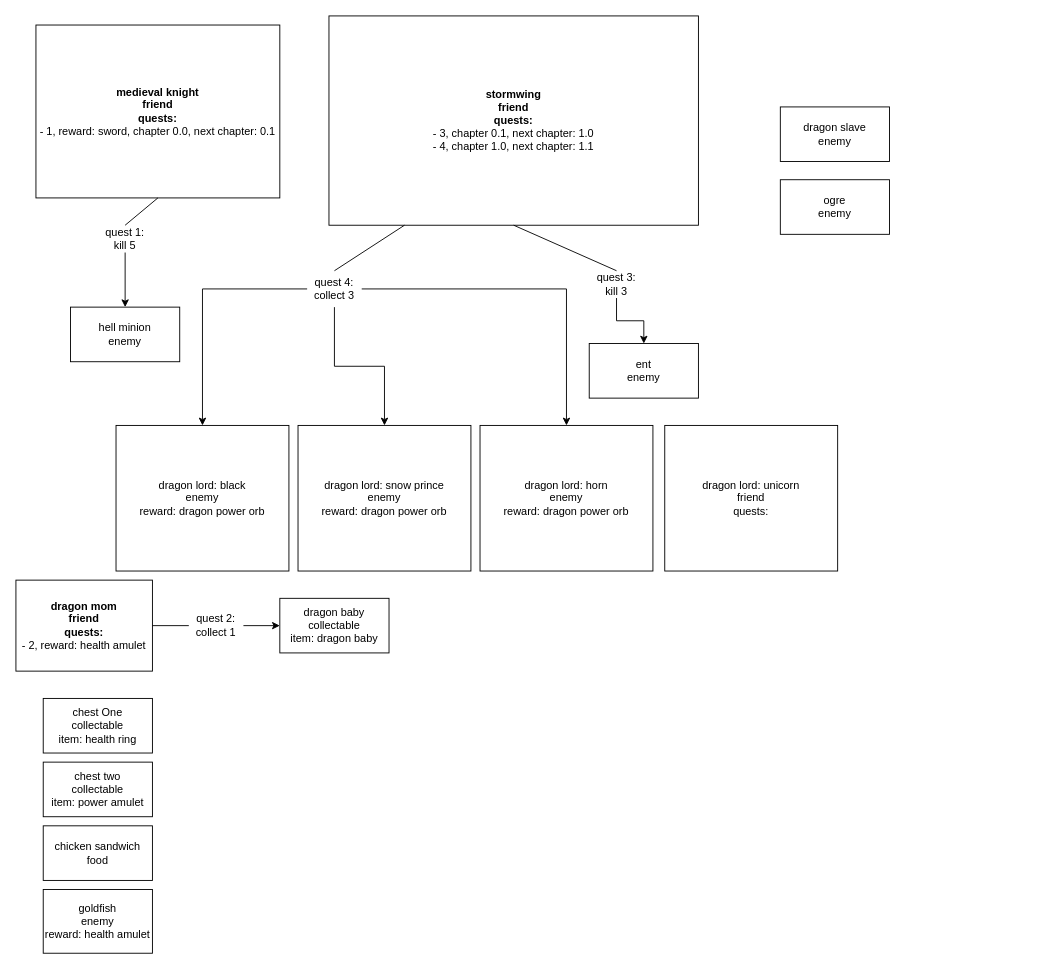
The draw.io diagram models.drawio in Juhi22/ArAdventure, before the edit. Source tidied: cells renumbered, new cells numbered last; positions are measured from the earlier drawing's top-left corner, leaving out a move shared by most shapes. Both pictures are drawn from the tidied source at 91%, with x=0, y=0 at pixel (15, 15).
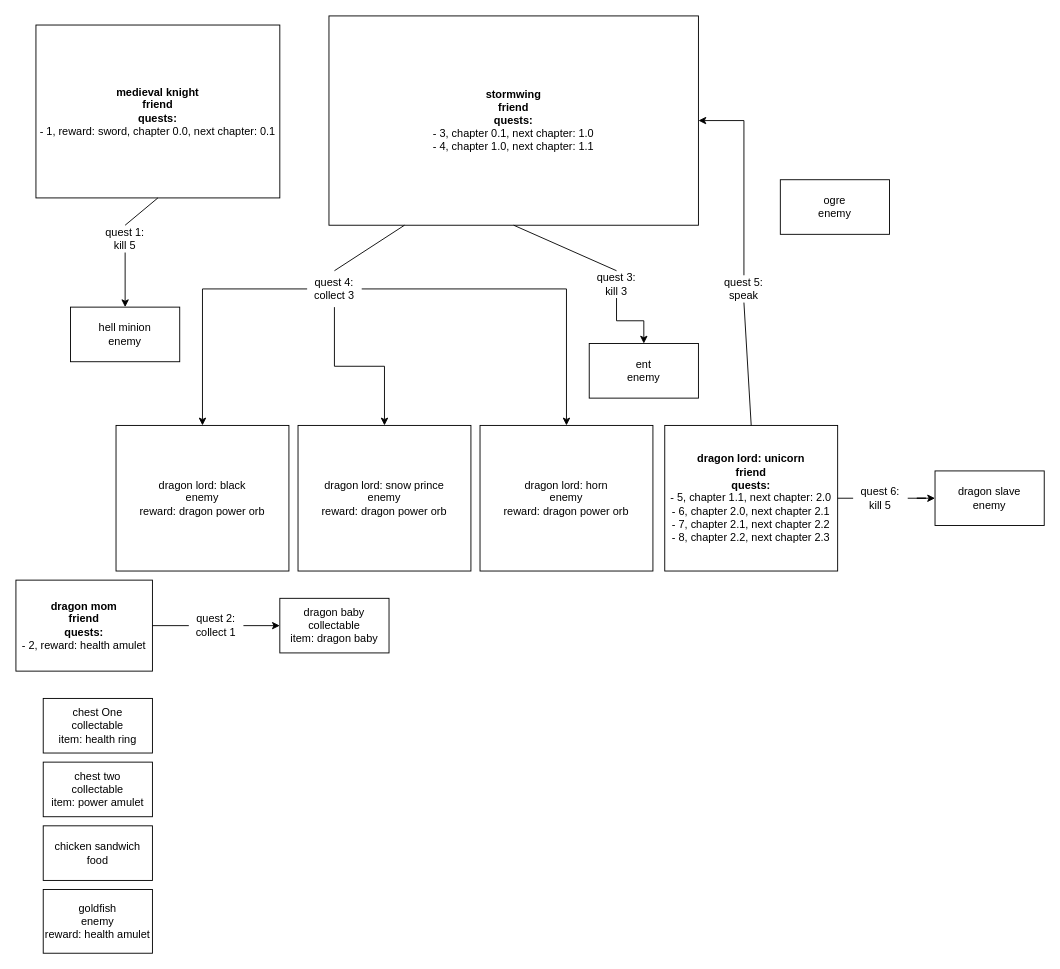
The same diagram, later.

Commit message (it also covers changes not shown here):
Fix quest/item save in game manager, add new scripts to unicorn and stromwing

The change refers to these unchanged cells:
```xml
<mxCell id="3" value="&lt;b&gt;stormwing&lt;/b&gt;&lt;div&gt;&lt;b&gt;friend&lt;/b&gt;&lt;/div&gt;&lt;div&gt;&lt;b&gt;quests:&lt;/b&gt;&lt;/div&gt;&lt;div&gt;- 3, chapter 0.1, next chapter: 1.0&lt;/div&gt;&lt;div&gt;- 4, chapter 1.0, next chapter: 1.1&lt;/div&gt;" style="rounded=0;whiteSpace=wrap;html=1;" parent="1" vertex="1">
  <mxGeometry x="344" width="406" height="230" as="geometry" />
</mxCell>
```

Change to the diagram source:
```diff
@@
+    <mxCell id="32" style="edgeStyle=orthogonalEdgeStyle;rounded=0;jettySize=auto;html=1;entryX=1;entryY=0.5;entryDx=0;entryDy=0;exitX=0.5;exitY=0;exitDx=0;exitDy=0;" parent="1" edge="1" source="33" target="3">
+      <mxGeometry relative="1" as="geometry" />
+    </mxCell>
-    <mxCell id="9" value="dragon lord: unicorn&lt;div&gt;friend&lt;/div&gt;&lt;div&gt;quests:&lt;/div&gt;" style="rounded=0;whiteSpace=wrap;html=1;" parent="1" vertex="1">
+    <mxCell id="9" value="&lt;b&gt;dragon lord: unicorn&lt;/b&gt;&lt;div&gt;&lt;b&gt;friend&lt;/b&gt;&lt;/div&gt;&lt;div&gt;&lt;b&gt;quests:&lt;/b&gt;&lt;/div&gt;&lt;div&gt;- 5, chapter 1.1, next chapter: 2.0&lt;/div&gt;&lt;div&gt;- 6, chapter 2.0, next chapter 2.1&lt;/div&gt;&lt;div&gt;- 7, chapter 2.1, next chapter 2.2&lt;/div&gt;&lt;div&gt;- 8, chapter 2.2, next chapter 2.3&lt;/div&gt;" style="rounded=0;whiteSpace=wrap;html=1;" parent="1" vertex="1">
       <mxGeometry x="713" y="450" width="190" height="160" as="geometry" />
     </mxCell>
@@
     <mxCell id="25" value="dragon slave&lt;div&gt;enemy&lt;/div&gt;" style="rounded=0;whiteSpace=wrap;html=1;" parent="1" vertex="1">
-      <mxGeometry x="840" y="100" width="120" height="60" as="geometry" />
+      <mxGeometry x="1010" y="500" width="120" height="60" as="geometry" />
     </mxCell>
@@
+    <mxCell id="33" value="quest 5: speak" style="text;html=1;align=center;verticalAlign=middle;whiteSpace=wrap;rounded=0;" parent="1" vertex="1">
+      <mxGeometry x="770" y="285" width="60" height="30" as="geometry" />
+    </mxCell>
+    <mxCell id="34" style="endArrow=none;html=1;rounded=0;entryX=0.5;entryY=1;entryDx=0;entryDy=0;exitX=0.5;exitY=0;exitDx=0;exitDy=0;" parent="1" edge="1" source="9" target="33">
+      <mxGeometry relative="1" as="geometry" />
+    </mxCell>
+    <mxCell id="35" style="endArrow=none;html=1;rounded=0;exitX=1;exitY=0.5;exitDx=0;exitDy=0;entryX=0;entryY=0.5;entryDx=0;entryDy=0;" parent="1" edge="1" source="9" target="37">
+      <mxGeometry relative="1" as="geometry" />
+    </mxCell>
+    <mxCell id="36" style="edgeStyle=orthogonalEdgeStyle;rounded=0;jettySize=auto;html=1;entryX=0;entryY=0.5;entryDx=0;entryDy=0;" parent="1" edge="1" source="37" target="25">
+      <mxGeometry relative="1" as="geometry" />
+    </mxCell>
+    <mxCell id="37" value="quest 6&lt;span style=&quot;background-color: initial;&quot;&gt;: kill 5&lt;/span&gt;" style="text;html=1;align=center;verticalAlign=middle;whiteSpace=wrap;rounded=0;" parent="1" vertex="1">
+      <mxGeometry x="920" y="515" width="60" height="30" as="geometry" />
+    </mxCell>
```
